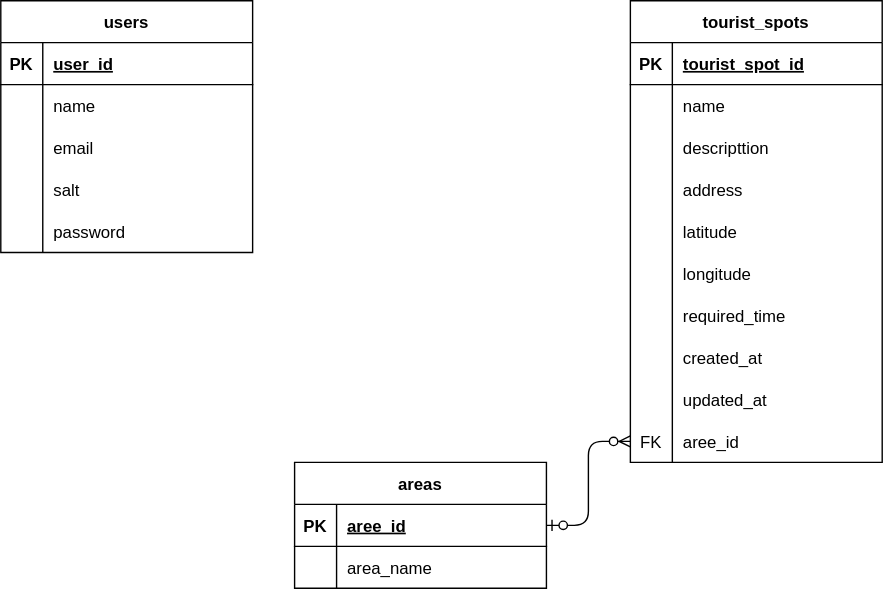
This is docs/db-schema.drawio.svg from BTC6-Team3/greenfield-project, a draw.io export, as it was before one commit. Source tidied: cells renumbered, new cells last; positions are measured from the earlier drawing's top-left corner, leaving out a move shared by most shapes.
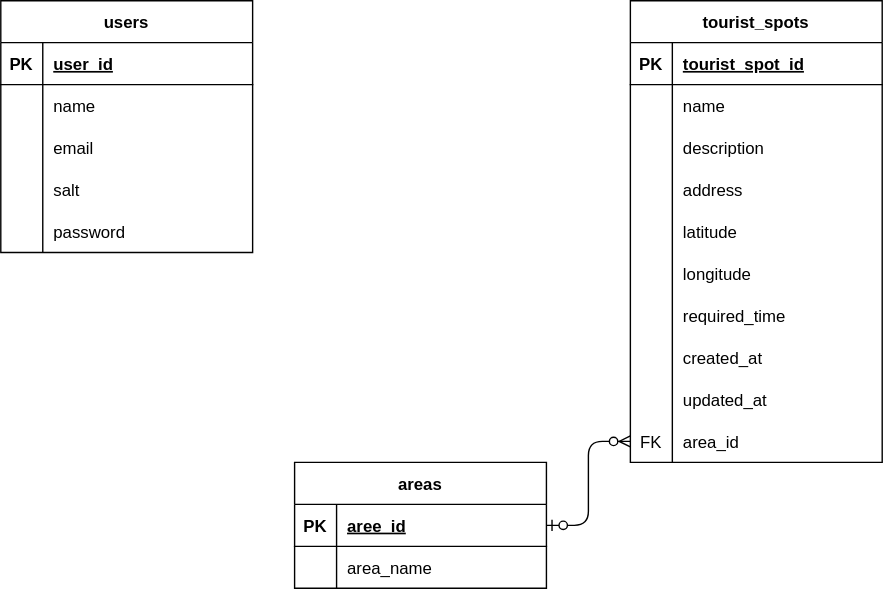
Later version of the same file.

Diff of the diagram source:
```diff
@@ -77,7 +77,7 @@
     <mxCell id="26" style="shape=partialRectangle;fillColor=none;top=0;left=0;bottom=0;right=0;overflow=hidden;" parent="25" vertex="1">
       <mxGeometry width="30" height="30" as="geometry" />
     </mxCell>
-    <mxCell id="27" value="descripttion" style="shape=partialRectangle;fillColor=none;top=0;left=0;bottom=0;right=0;align=left;spacingLeft=6;overflow=hidden;" parent="25" vertex="1">
+    <mxCell id="27" value="description" style="shape=partialRectangle;fillColor=none;top=0;left=0;bottom=0;right=0;align=left;spacingLeft=6;overflow=hidden;" parent="25" vertex="1">
       <mxGeometry x="30" width="150" height="30" as="geometry" />
     </mxCell>
     <mxCell id="28" style="shape=tableRow;horizontal=0;startSize=0;swimlaneHead=0;swimlaneBody=0;fillColor=none;top=0;left=0;right=0;bottom=0;" parent="18" vertex="1">
@@ -140,7 +140,7 @@
     <mxCell id="47" value="FK" style="shape=partialRectangle;fillColor=none;top=0;left=0;bottom=0;right=0;overflow=hidden;" parent="46" vertex="1">
       <mxGeometry width="30" height="30" as="geometry" />
     </mxCell>
-    <mxCell id="48" value="aree_id" style="shape=partialRectangle;fillColor=none;top=0;left=0;bottom=0;right=0;align=left;spacingLeft=6;overflow=hidden;" parent="46" vertex="1">
+    <mxCell id="48" value="area_id" style="shape=partialRectangle;fillColor=none;top=0;left=0;bottom=0;right=0;align=left;spacingLeft=6;overflow=hidden;" parent="46" vertex="1">
       <mxGeometry x="30" width="150" height="30" as="geometry" />
     </mxCell>
     <mxCell id="49" value="areas" style="shape=table;startSize=30;rowLines=0;fontStyle=1;align=center;" parent="1" vertex="1">
```
